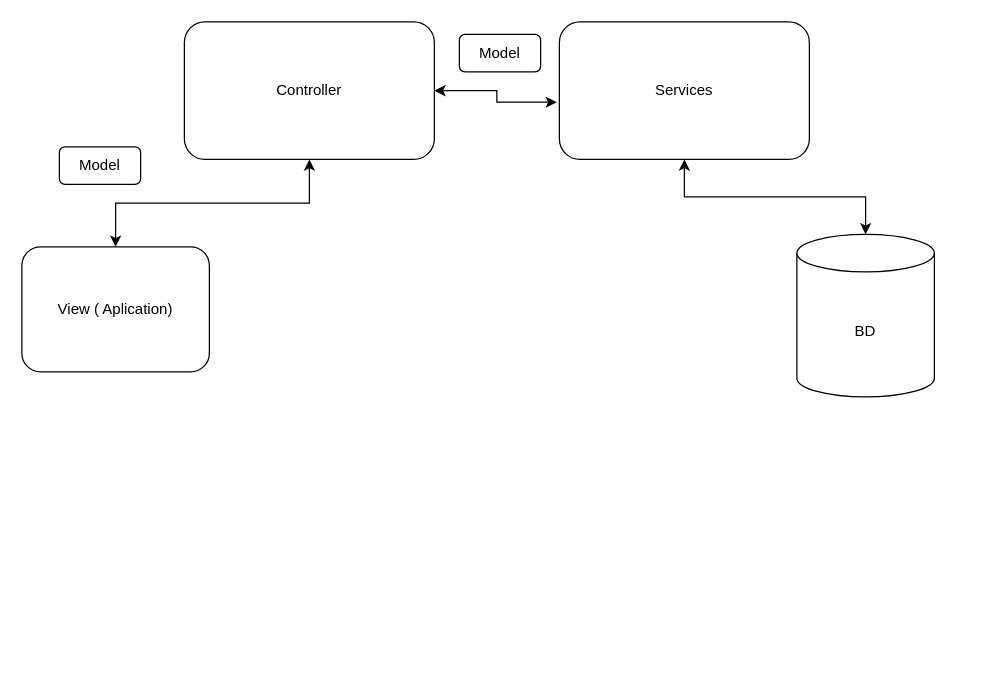
Earlier version of the draw.io diagram page "Página-1" (1 of 3) of Andre-turismo.drawio (GBFerro/projandeTurismoADO). Source tidied: cells renumbered, new cells numbered last; positions are measured from the earlier drawing's top-left corner, leaving out a move shared by most shapes. Both pictures are drawn from the tidied source at 125%, with x=0, y=0 at pixel (21, 21).
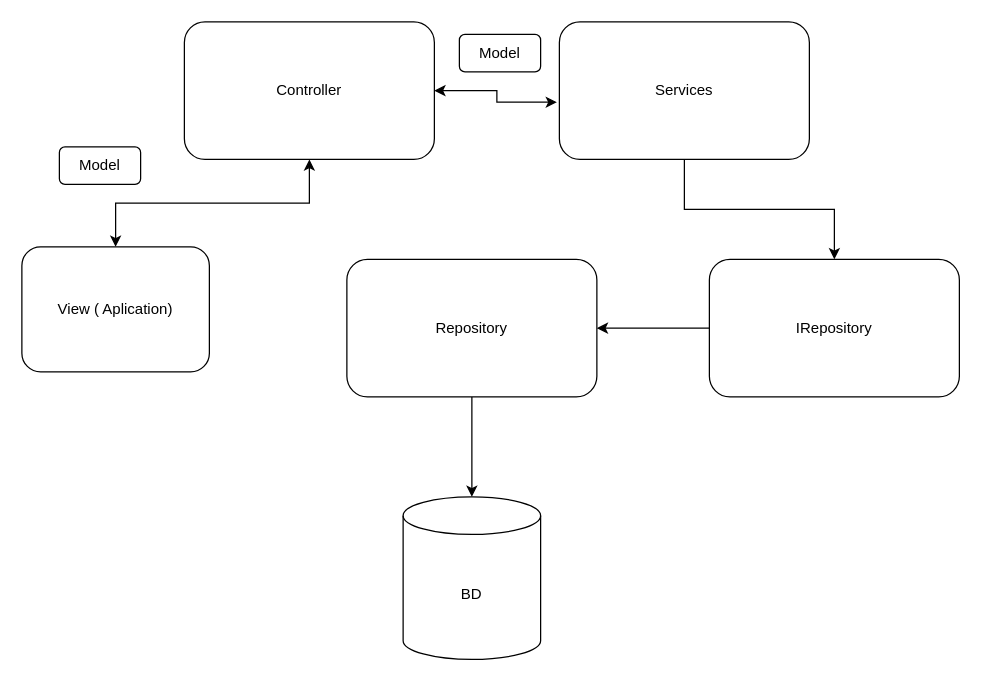
The same diagram, later.

Diff of the diagram source:
```diff
@@
 <mxGraphModel>
   <root>
     <mxCell id="0" />
     <mxCell id="1" parent="0" />
     <mxCell id="2" style="edgeStyle=orthogonalEdgeStyle;rounded=0;jettySize=auto;html=1;entryX=-0.01;entryY=0.584;entryDx=0;entryDy=0;entryPerimeter=0;startArrow=classic;startFill=1;" parent="1" edge="1" source="3" target="5">
       <mxGeometry relative="1" as="geometry" />
     </mxCell>
     <mxCell id="3" value="Controller" style="rounded=1;whiteSpace=wrap;html=1;" parent="1" vertex="1">
       <mxGeometry x="130" width="200" height="110" as="geometry" />
     </mxCell>
-    <mxCell id="4" style="edgeStyle=orthogonalEdgeStyle;rounded=0;jettySize=auto;html=1;startArrow=classic;startFill=1;" parent="1" edge="1" source="5" target="6">
-      <mxGeometry relative="1" as="geometry" />
-    </mxCell>
+    <mxCell id="11" style="edgeStyle=orthogonalEdgeStyle;rounded=0;jettySize=auto;html=1;exitX=0.5;exitY=1;exitDx=0;exitDy=0;entryX=0.5;entryY=0;entryDx=0;entryDy=0;" parent="1" edge="1" source="5" target="13">
+      <mxGeometry relative="1" as="geometry" />
+    </mxCell>
     <mxCell id="5" value="Services" style="rounded=1;whiteSpace=wrap;html=1;" parent="1" vertex="1">
       <mxGeometry x="430" width="200" height="110" as="geometry" />
     </mxCell>
     <mxCell id="6" value="BD" style="shape=cylinder3;whiteSpace=wrap;html=1;boundedLbl=1;backgroundOutline=1;size=15;" parent="1" vertex="1">
-      <mxGeometry x="620" y="170" width="110" height="130" as="geometry" />
+      <mxGeometry x="305" y="380" width="110" height="130" as="geometry" />
     </mxCell>
     <mxCell id="7" style="edgeStyle=orthogonalEdgeStyle;rounded=0;jettySize=auto;html=1;startArrow=classic;startFill=1;" parent="1" edge="1" source="8" target="3">
       <mxGeometry relative="1" as="geometry" />
     </mxCell>
     <mxCell id="8" value="View ( Aplication)" style="rounded=1;whiteSpace=wrap;html=1;" parent="1" vertex="1">
       <mxGeometry y="180" width="150" height="100" as="geometry" />
     </mxCell>
     <mxCell id="9" value="Model" style="rounded=1;whiteSpace=wrap;html=1;" parent="1" vertex="1">
       <mxGeometry x="30" y="100" width="65" height="30" as="geometry" />
     </mxCell>
     <mxCell id="10" value="Model" style="rounded=1;whiteSpace=wrap;html=1;" parent="1" vertex="1">
       <mxGeometry x="350" y="10" width="65" height="30" as="geometry" />
     </mxCell>
+    <mxCell id="12" style="edgeStyle=orthogonalEdgeStyle;rounded=0;jettySize=auto;html=1;exitX=0;exitY=0.5;exitDx=0;exitDy=0;entryX=1;entryY=0.5;entryDx=0;entryDy=0;" parent="1" edge="1" source="13" target="15">
+      <mxGeometry relative="1" as="geometry" />
+    </mxCell>
+    <mxCell id="13" value="IRepository" style="rounded=1;whiteSpace=wrap;html=1;" parent="1" vertex="1">
+      <mxGeometry x="550" y="190" width="200" height="110" as="geometry" />
+    </mxCell>
+    <mxCell id="14" style="edgeStyle=orthogonalEdgeStyle;rounded=0;jettySize=auto;html=1;exitX=0.5;exitY=1;exitDx=0;exitDy=0;entryX=0.5;entryY=0;entryDx=0;entryDy=0;entryPerimeter=0;" parent="1" edge="1" source="15" target="6">
+      <mxGeometry relative="1" as="geometry" />
+    </mxCell>
+    <mxCell id="15" value="Repository" style="rounded=1;whiteSpace=wrap;html=1;" parent="1" vertex="1">
+      <mxGeometry x="260" y="190" width="200" height="110" as="geometry" />
+    </mxCell>
   </root>
 </mxGraphModel>
```
